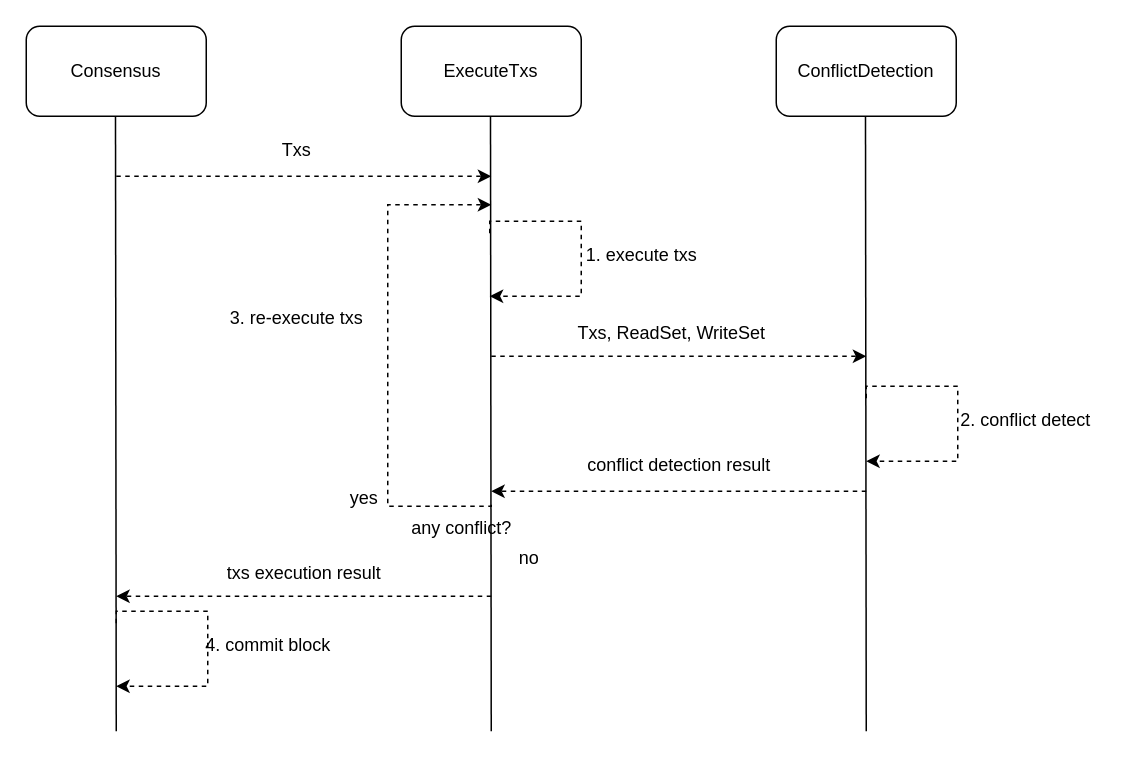
This is ope.drawio from cynic-1/Graphs, a draw.io file, before an edit. Source tidied: cells renumbered, new cells numbered last; positions are measured from the earlier drawing's top-left corner, leaving out a move shared by most shapes. Both pictures are drawn from the tidied source at 150%, with x=0, y=0 at pixel (26, 26).
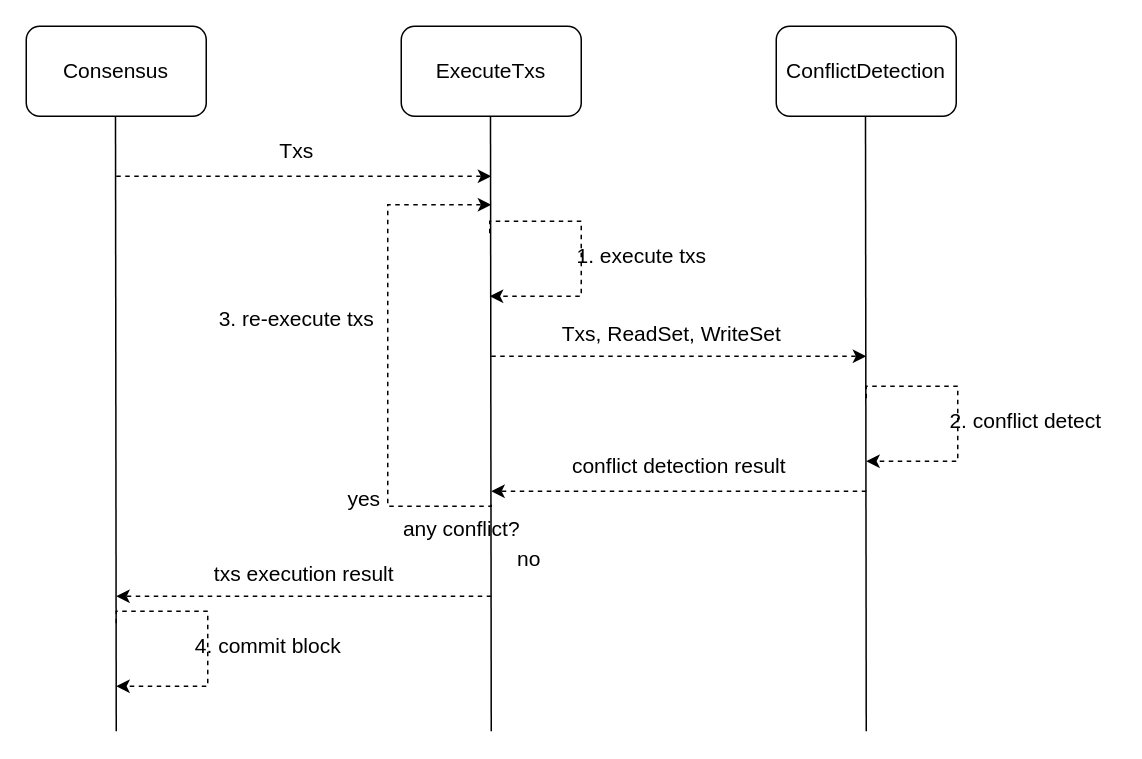
The same diagram, later.

The edit, as a diff of the source:
```diff
@@
-    <mxCell id="2" value="Consensus" style="rounded=1;whiteSpace=wrap;html=1;" parent="1" vertex="1">
+    <mxCell id="2" value="Consensus" style="rounded=1;whiteSpace=wrap;html=1;fontSize=14;" parent="1" vertex="1">
       <mxGeometry width="120" height="60" as="geometry" />
     </mxCell>
-    <mxCell id="3" value="ExecuteTxs" style="rounded=1;whiteSpace=wrap;html=1;" parent="1" vertex="1">
+    <mxCell id="3" value="ExecuteTxs" style="rounded=1;whiteSpace=wrap;html=1;fontSize=14;" parent="1" vertex="1">
       <mxGeometry x="250" width="120" height="60" as="geometry" />
     </mxCell>
-    <mxCell id="4" value="ConflictDetection" style="rounded=1;whiteSpace=wrap;html=1;" parent="1" vertex="1">
+    <mxCell id="4" value="ConflictDetection" style="rounded=1;whiteSpace=wrap;html=1;fontSize=14;" parent="1" vertex="1">
       <mxGeometry x="500" width="120" height="60" as="geometry" />
     </mxCell>
-    <mxCell id="5" style="endArrow=none;html=1;rounded=0;" parent="1" edge="1">
+    <mxCell id="5" style="endArrow=none;html=1;rounded=0;fontSize=14;" parent="1" edge="1">
       <mxGeometry relative="1" as="geometry">
         <mxPoint x="60" y="470" as="sourcePoint" />
         <mxPoint x="59.5" y="60" as="targetPoint" />
       </mxGeometry>
     </mxCell>
-    <mxCell id="6" style="endArrow=none;html=1;rounded=0;" parent="1" edge="1">
+    <mxCell id="6" style="endArrow=none;html=1;rounded=0;fontSize=14;" parent="1" edge="1">
       <mxGeometry relative="1" as="geometry">
         <mxPoint x="310" y="470" as="sourcePoint" />
         <mxPoint x="309.5" y="60" as="targetPoint" />
       </mxGeometry>
     </mxCell>
-    <mxCell id="7" style="endArrow=none;html=1;rounded=0;" parent="1" edge="1">
+    <mxCell id="7" style="endArrow=none;html=1;rounded=0;fontSize=14;" parent="1" edge="1">
       <mxGeometry relative="1" as="geometry">
         <mxPoint x="560" y="470" as="sourcePoint" />
         <mxPoint x="559.5" y="60" as="targetPoint" />
       </mxGeometry>
     </mxCell>
-    <mxCell id="8" style="endArrow=classic;html=1;rounded=0;dashed=1;" parent="1" edge="1">
+    <mxCell id="8" style="endArrow=classic;html=1;rounded=0;dashed=1;fontSize=14;" parent="1" edge="1">
       <mxGeometry relative="1" as="geometry">
         <mxPoint x="60" y="100" as="sourcePoint" />
         <mxPoint x="310" y="100" as="targetPoint" />
       </mxGeometry>
     </mxCell>
-    <mxCell id="9" value="Txs" style="text;html=1;align=center;verticalAlign=middle;strokeColor=none;fillColor=none;" parent="1" vertex="1">
-      <mxGeometry x="160" y="68" width="40" height="30" as="geometry" />
+    <mxCell id="9" value="Txs" style="text;html=1;align=center;verticalAlign=middle;strokeColor=none;fillColor=none;fontSize=14;" parent="1" vertex="1">
+      <mxGeometry x="155" y="68" width="50" height="30" as="geometry" />
     </mxCell>
-    <mxCell id="10" style="endArrow=classic;html=1;rounded=0;edgeStyle=orthogonalEdgeStyle;dashed=1;" parent="1" edge="1">
+    <mxCell id="10" style="endArrow=classic;html=1;rounded=0;edgeStyle=orthogonalEdgeStyle;dashed=1;fontSize=14;" parent="1" edge="1">
       <mxGeometry relative="1" as="geometry">
         <mxPoint x="309" y="138" as="sourcePoint" />
         <mxPoint x="309" y="180" as="targetPoint" />
         <Array as="points">
           <mxPoint x="309" y="130" />
           <mxPoint x="370" y="130" />
           <mxPoint x="370" y="180" />
         </Array>
       </mxGeometry>
     </mxCell>
-    <mxCell id="11" value="1. execute txs" style="text;html=1;align=center;verticalAlign=middle;strokeColor=none;fillColor=none;" parent="1" vertex="1">
-      <mxGeometry x="360" y="138" width="100" height="30" as="geometry" />
+    <mxCell id="11" value="1. execute txs" style="text;html=1;align=center;verticalAlign=middle;strokeColor=none;fillColor=none;fontSize=14;" parent="1" vertex="1">
+      <mxGeometry x="355" y="138" width="110" height="30" as="geometry" />
     </mxCell>
-    <mxCell id="12" style="endArrow=classic;html=1;rounded=0;dashed=1;" parent="1" edge="1">
+    <mxCell id="12" style="endArrow=classic;html=1;rounded=0;dashed=1;fontSize=14;" parent="1" edge="1">
       <mxGeometry relative="1" as="geometry">
         <mxPoint x="310" y="220" as="sourcePoint" />
         <mxPoint x="560" y="220" as="targetPoint" />
       </mxGeometry>
     </mxCell>
-    <mxCell id="13" value="Txs, ReadSet, WriteSet" style="text;html=1;align=center;verticalAlign=middle;strokeColor=none;fillColor=none;" parent="1" vertex="1">
-      <mxGeometry x="355" y="190" width="150" height="30" as="geometry" />
+    <mxCell id="13" value="Txs, ReadSet, WriteSet" style="text;html=1;align=center;verticalAlign=middle;strokeColor=none;fillColor=none;fontSize=14;" parent="1" vertex="1">
+      <mxGeometry x="345" y="190" width="170" height="30" as="geometry" />
     </mxCell>
-    <mxCell id="14" style="endArrow=classic;html=1;rounded=0;edgeStyle=orthogonalEdgeStyle;dashed=1;" parent="1" edge="1">
+    <mxCell id="14" style="endArrow=classic;html=1;rounded=0;edgeStyle=orthogonalEdgeStyle;dashed=1;fontSize=14;" parent="1" edge="1">
       <mxGeometry relative="1" as="geometry">
         <mxPoint x="560" y="248" as="sourcePoint" />
         <mxPoint x="560" y="290" as="targetPoint" />
         <Array as="points">
           <mxPoint x="560" y="240" />
           <mxPoint x="621" y="240" />
           <mxPoint x="621" y="290" />
         </Array>
       </mxGeometry>
     </mxCell>
-    <mxCell id="15" value="2. conflict detect" style="text;html=1;align=center;verticalAlign=middle;strokeColor=none;fillColor=none;" parent="1" vertex="1">
-      <mxGeometry x="611" y="248" width="110" height="30" as="geometry" />
+    <mxCell id="15" value="2. conflict detect" style="text;html=1;align=center;verticalAlign=middle;strokeColor=none;fillColor=none;fontSize=14;" parent="1" vertex="1">
+      <mxGeometry x="606" y="248" width="120" height="30" as="geometry" />
     </mxCell>
-    <mxCell id="16" style="endArrow=classic;html=1;rounded=0;dashed=1;" parent="1" edge="1">
+    <mxCell id="16" style="endArrow=classic;html=1;rounded=0;dashed=1;fontSize=14;" parent="1" edge="1">
       <mxGeometry relative="1" as="geometry">
         <mxPoint x="560" y="310" as="sourcePoint" />
         <mxPoint x="310" y="310" as="targetPoint" />
       </mxGeometry>
     </mxCell>
-    <mxCell id="17" value="conflict detection result" style="text;html=1;align=center;verticalAlign=middle;strokeColor=none;fillColor=none;" parent="1" vertex="1">
-      <mxGeometry x="360" y="278" width="150" height="30" as="geometry" />
+    <mxCell id="17" value="conflict detection result" style="text;html=1;align=center;verticalAlign=middle;strokeColor=none;fillColor=none;fontSize=14;" parent="1" vertex="1">
+      <mxGeometry x="350" y="278" width="170" height="30" as="geometry" />
     </mxCell>
-    <mxCell id="18" style="endArrow=classic;html=1;rounded=0;edgeStyle=orthogonalEdgeStyle;dashed=1;" parent="1" edge="1">
+    <mxCell id="18" style="endArrow=classic;html=1;rounded=0;edgeStyle=orthogonalEdgeStyle;dashed=1;fontSize=14;" parent="1" edge="1">
       <mxGeometry relative="1" as="geometry">
         <mxPoint x="310" y="319" as="sourcePoint" />
         <mxPoint x="310" y="119" as="targetPoint" />
         <Array as="points">
           <mxPoint x="310" y="320" />
           <mxPoint x="241" y="320" />
         </Array>
       </mxGeometry>
     </mxCell>
-    <mxCell id="19" value="3. re-execute txs" style="text;html=1;align=center;verticalAlign=middle;strokeColor=none;fillColor=none;" parent="1" vertex="1">
-      <mxGeometry x="125" y="180" width="110" height="30" as="geometry" />
+    <mxCell id="19" value="3. re-execute txs" style="text;html=1;align=center;verticalAlign=middle;strokeColor=none;fillColor=none;fontSize=14;" parent="1" vertex="1">
+      <mxGeometry x="115" y="180" width="130" height="30" as="geometry" />
     </mxCell>
-    <mxCell id="20" value="any conflict?" style="text;html=1;align=center;verticalAlign=middle;strokeColor=none;fillColor=none;" parent="1" vertex="1">
-      <mxGeometry x="245" y="320" width="90" height="30" as="geometry" />
+    <mxCell id="20" value="any conflict?" style="text;html=1;align=center;verticalAlign=middle;strokeColor=none;fillColor=none;fontSize=14;" parent="1" vertex="1">
+      <mxGeometry x="240" y="320" width="100" height="30" as="geometry" />
     </mxCell>
-    <mxCell id="21" value="yes" style="text;html=1;align=center;verticalAlign=middle;strokeColor=none;fillColor=none;" parent="1" vertex="1">
-      <mxGeometry x="205" y="300" width="40" height="30" as="geometry" />
+    <mxCell id="21" value="yes" style="text;html=1;align=center;verticalAlign=middle;strokeColor=none;fillColor=none;fontSize=14;" parent="1" vertex="1">
+      <mxGeometry x="200" y="300" width="50" height="30" as="geometry" />
     </mxCell>
-    <mxCell id="22" value="no" style="text;html=1;align=center;verticalAlign=middle;strokeColor=none;fillColor=none;" parent="1" vertex="1">
+    <mxCell id="22" value="no" style="text;html=1;align=center;verticalAlign=middle;strokeColor=none;fillColor=none;fontSize=14;" parent="1" vertex="1">
       <mxGeometry x="315" y="340" width="40" height="30" as="geometry" />
     </mxCell>
-    <mxCell id="23" style="endArrow=classic;html=1;rounded=0;dashed=1;" parent="1" edge="1">
+    <mxCell id="23" style="endArrow=classic;html=1;rounded=0;dashed=1;fontSize=14;" parent="1" edge="1">
       <mxGeometry relative="1" as="geometry">
         <mxPoint x="310" y="380" as="sourcePoint" />
         <mxPoint x="60" y="380" as="targetPoint" />
       </mxGeometry>
     </mxCell>
-    <mxCell id="24" value="txs execution result" style="text;html=1;align=center;verticalAlign=middle;strokeColor=none;fillColor=none;" parent="1" vertex="1">
-      <mxGeometry x="120" y="350" width="130" height="30" as="geometry" />
+    <mxCell id="24" value="txs execution result" style="text;html=1;align=center;verticalAlign=middle;strokeColor=none;fillColor=none;fontSize=14;" parent="1" vertex="1">
+      <mxGeometry x="115" y="350" width="140" height="30" as="geometry" />
     </mxCell>
-    <mxCell id="25" style="endArrow=classic;html=1;rounded=0;edgeStyle=orthogonalEdgeStyle;dashed=1;" parent="1" edge="1">
+    <mxCell id="25" style="endArrow=classic;html=1;rounded=0;edgeStyle=orthogonalEdgeStyle;dashed=1;fontSize=14;" parent="1" edge="1">
       <mxGeometry relative="1" as="geometry">
         <mxPoint x="60" y="398" as="sourcePoint" />
         <mxPoint x="60" y="440" as="targetPoint" />
         <Array as="points">
           <mxPoint x="60" y="390" />
           <mxPoint x="121" y="390" />
           <mxPoint x="121" y="440" />
         </Array>
       </mxGeometry>
     </mxCell>
-    <mxCell id="26" value="4. commit block" style="text;html=1;align=center;verticalAlign=middle;strokeColor=none;fillColor=none;" parent="1" vertex="1">
-      <mxGeometry x="106" y="398" width="110" height="30" as="geometry" />
+    <mxCell id="26" value="4. commit block" style="text;html=1;align=center;verticalAlign=middle;strokeColor=none;fillColor=none;fontSize=14;" parent="1" vertex="1">
+      <mxGeometry x="101" y="398" width="120" height="30" as="geometry" />
     </mxCell>
```
